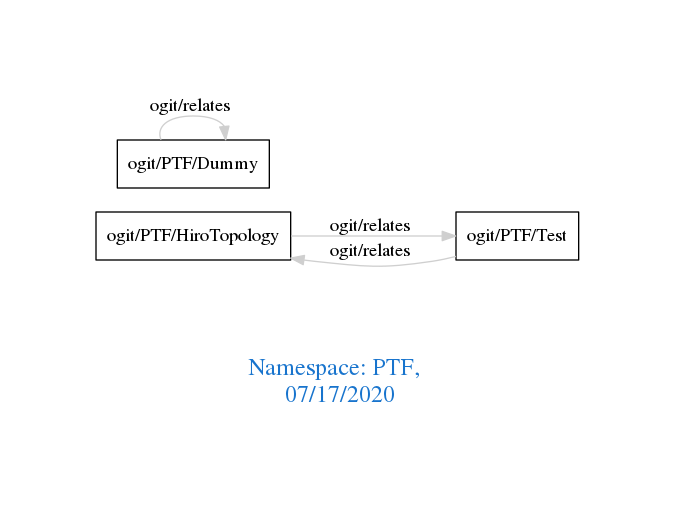
arago/OGIT keeps this Graphviz diagram as downloads/PTF.png. Above is the earlier version. Its source is kept beside it as downloads/PTF.dot.
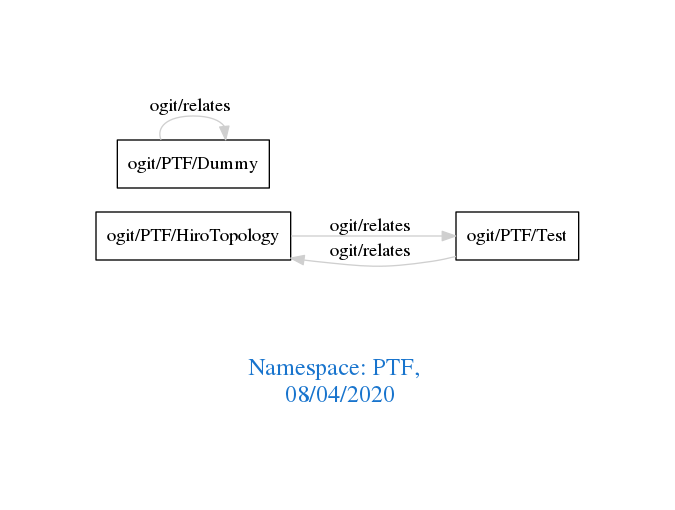
After the change.

The edit, as a diff of the source:
```diff
@@ -1,7 +1,7 @@
 digraph OGIT_ontology {
  graph [ rankdir= LR,pad=1
 fontsize = 18,
-fontcolor= dodgerblue3,label = "\n\n\nNamespace: PTF, \n 07/17/2020"];
+fontcolor= dodgerblue3,label = "\n\n\nNamespace: PTF, \n 08/04/2020"];
 node[shape=polygon];
 edge [  color="gray81"];
 
```
